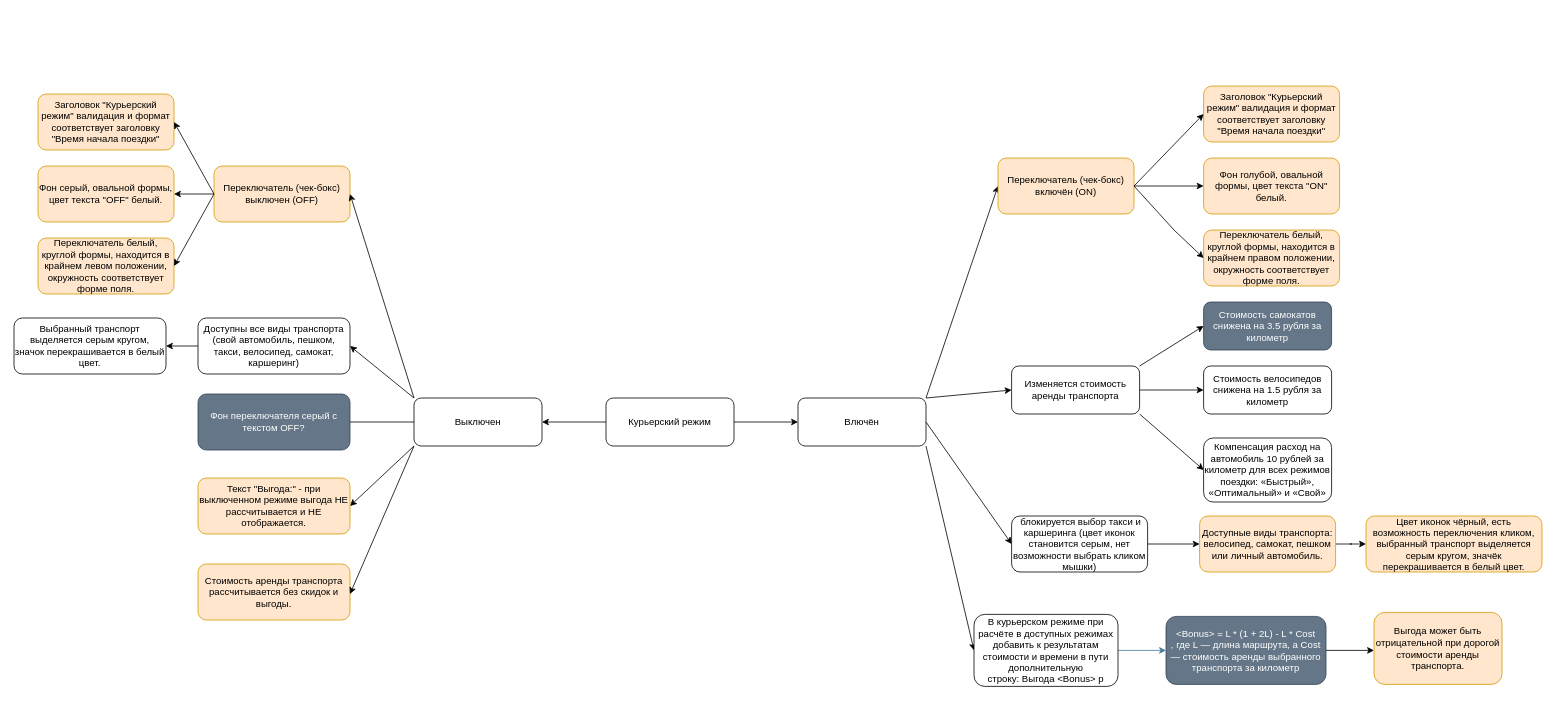
Earlier version of the draw.io diagram mindmap по фиче и серые зоны - Самсонов Александр, 19-я когорта — 2-й спринт. Инженер по тестированию плюс.drawio (ManMaxMotivation/2-Sprint-QA-Engineer). Source tidied: cells renumbered, new cells numbered last; positions are measured from the earlier drawing's top-left corner, leaving out a move shared by most shapes. Both pictures are drawn from the tidied source at 80%, with x=0, y=0 at pixel (14, 86).
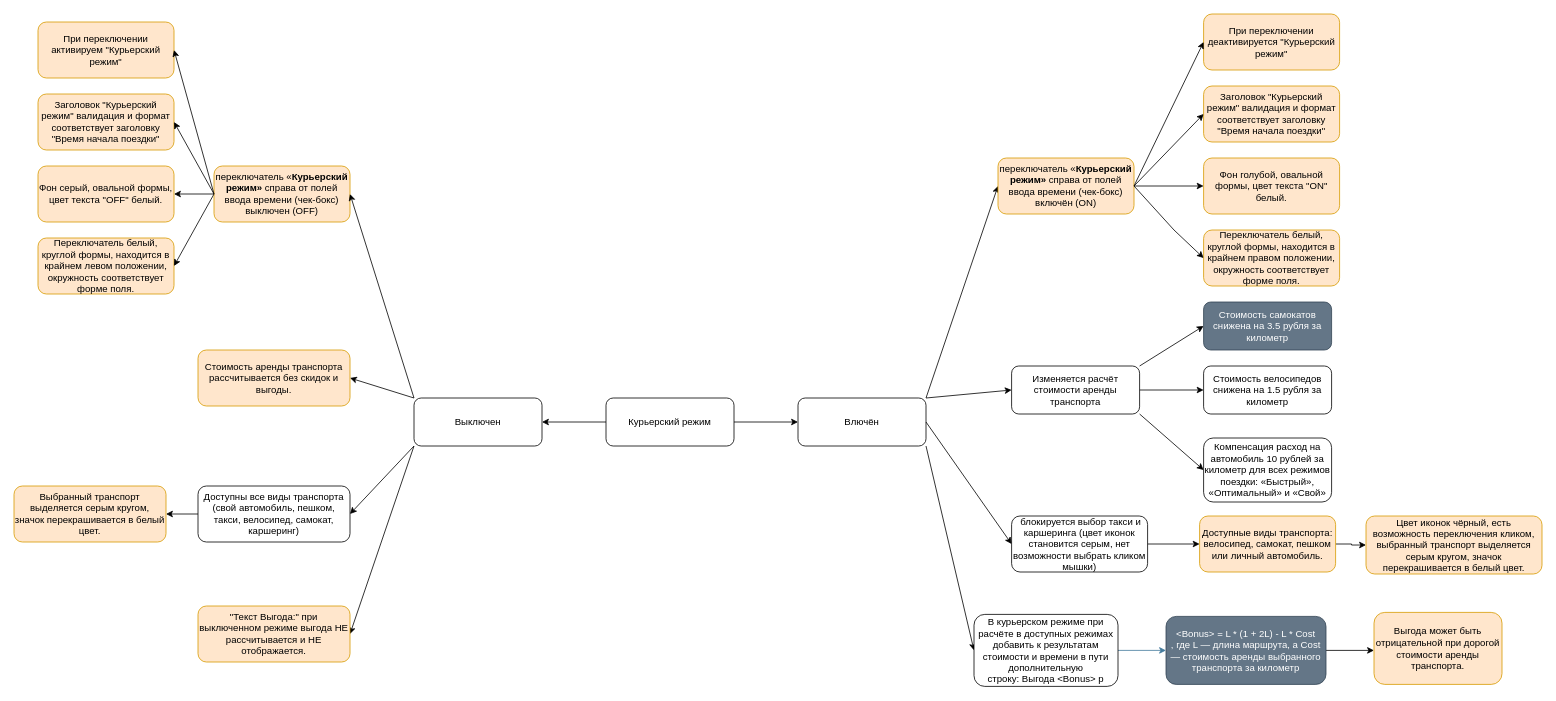
The same diagram, later.

The change refers to these unchanged cells:
```xml
<mxCell id="8" value="Выключен" style="rounded=1;whiteSpace=wrap;html=1;" parent="1" vertex="1">
  <mxGeometry x="500" y="390" width="160" height="60" as="geometry" />
</mxCell>
```

Change to the diagram source:
```diff
@@
-    <mxCell id="5" style="edgeStyle=none;rounded=0;jettySize=auto;html=1;exitX=0;exitY=0.5;exitDx=0;exitDy=0;" parent="1" edge="1" source="8">
-      <mxGeometry relative="1" as="geometry">
-        <mxPoint x="380" y="420" as="targetPoint" />
-      </mxGeometry>
-    </mxCell>
-    <mxCell id="6" style="edgeStyle=none;rounded=0;jettySize=auto;html=1;exitX=0;exitY=0;exitDx=0;exitDy=0;entryX=1;entryY=0.5;entryDx=0;entryDy=0;" parent="1" edge="1" source="8" target="26">
+    <mxCell id="6" style="edgeStyle=none;rounded=0;jettySize=auto;html=1;exitX=0;exitY=1;exitDx=0;exitDy=0;entryX=1;entryY=0.5;entryDx=0;entryDy=0;" parent="1" edge="1" source="8" target="26">
       <mxGeometry relative="1" as="geometry" />
     </mxCell>
@@
-    <mxCell id="16" value="Изменяется стоимость аренды транспорта" style="rounded=1;whiteSpace=wrap;html=1;" parent="1" vertex="1">
+    <mxCell id="16" value="Изменяется расчёт стоимости аренды транспорта" style="rounded=1;whiteSpace=wrap;html=1;" parent="1" vertex="1">
       <mxGeometry x="1247" y="350" width="160" height="60" as="geometry" />
     </mxCell>
-    <mxCell id="17" value="Переключатель (чек-бокс) включён (ON)" style="rounded=1;whiteSpace=wrap;html=1;fillColor=#ffe6cc;strokeColor=#d79b00;" parent="1" vertex="1">
+    <mxCell id="17" value="переключатель&amp;nbsp;«&lt;span class=&quot;notion-enable-hover&quot; style=&quot;font-weight:600&quot;&gt;Курьерский режим&lt;/span&gt;&lt;span class=&quot;notion-enable-hover&quot; style=&quot;font-weight:600&quot;&gt;»&lt;/span&gt;&amp;nbsp;справа от полей ввода времени&amp;nbsp;(чек-бокс) включён (ON)" style="rounded=1;whiteSpace=wrap;html=1;fillColor=#ffe6cc;strokeColor=#d79b00;" parent="1" vertex="1">
       <mxGeometry x="1230" y="90" width="170" height="70" as="geometry" />
     </mxCell>
@@
     <mxCell id="26" value="Доступны все виды транспорта (свой автомобиль, пешком, такси, велосипед, самокат, каршеринг)" style="rounded=1;whiteSpace=wrap;html=1;" parent="1" vertex="1">
-      <mxGeometry x="230" y="290" width="190" height="70" as="geometry" />
+      <mxGeometry x="230" y="500" width="190" height="70" as="geometry" />
     </mxCell>
-    <mxCell id="27" value="Фон переключателя серый с текстом OFF?" style="rounded=1;whiteSpace=wrap;html=1;fillColor=#647687;fontColor=#ffffff;strokeColor=#314354;" parent="1" vertex="1">
-      <mxGeometry x="230" y="385" width="190" height="70" as="geometry" />
-    </mxCell>
-    <mxCell id="28" value="Текст &quot;Выгода:&quot; - при выключенном режиме выгода НЕ рассчитывается и НЕ отображается." style="rounded=1;whiteSpace=wrap;html=1;fillColor=#ffe6cc;strokeColor=#d79b00;" parent="1" vertex="1">
-      <mxGeometry x="230" y="490" width="190" height="70" as="geometry" />
+    <mxCell id="28" value="&quot;Текст Выгода:&quot; при выключенном режиме выгода НЕ рассчитывается и НЕ отображается." style="rounded=1;whiteSpace=wrap;html=1;fillColor=#ffe6cc;strokeColor=#d79b00;" parent="1" vertex="1">
+      <mxGeometry x="230" y="650" width="190" height="70" as="geometry" />
     </mxCell>
@@
     <mxCell id="30" value="Стоимость аренды транспорта рассчитывается без скидок и выгоды." style="rounded=1;whiteSpace=wrap;html=1;fillColor=#ffe6cc;strokeColor=#d79b00;" parent="1" vertex="1">
-      <mxGeometry x="230" y="597.5" width="190" height="70" as="geometry" />
+      <mxGeometry x="230" y="330" width="190" height="70" as="geometry" />
     </mxCell>
-    <mxCell id="31" style="edgeStyle=none;rounded=0;orthogonalLoop=1;jettySize=auto;html=1;entryX=1;entryY=0.5;entryDx=0;entryDy=0;" parent="1" edge="1">
-      <mxGeometry relative="1" as="geometry">
-        <mxPoint x="500" y="450" as="sourcePoint" />
-        <mxPoint x="420" y="635" as="targetPoint" />
-      </mxGeometry>
+    <mxCell id="31" style="edgeStyle=none;rounded=0;jettySize=auto;html=1;entryX=1;entryY=0.5;entryDx=0;entryDy=0;exitX=0;exitY=0;exitDx=0;exitDy=0;" parent="1" edge="1" source="8" target="30">
+      <mxGeometry relative="1" as="geometry" />
     </mxCell>
@@
-    <mxCell id="43" value="Цвет иконок чёрный, есть возможность переключения кликом, выбранный транспорт выделяется серым кругом, значёк перекрашивается в белый цвет." style="rounded=1;whiteSpace=wrap;html=1;fillColor=#ffe6cc;strokeColor=#d79b00;" parent="1" vertex="1">
-      <mxGeometry x="1690" y="537.5" width="220" height="70" as="geometry" />
+    <mxCell id="43" value="Цвет иконок чёрный, есть возможность переключения кликом, выбранный транспорт выделяется серым кругом, значок перекрашивается в белый цвет." style="rounded=1;whiteSpace=wrap;html=1;fillColor=#ffe6cc;strokeColor=#d79b00;" parent="1" vertex="1">
+      <mxGeometry x="1690" y="537.5" width="220" height="72.5" as="geometry" />
     </mxCell>
-    <mxCell id="44" value="Выбранный транспорт выделяется серым кругом, значок перекрашивается в белый цвет." style="rounded=1;whiteSpace=wrap;html=1;" parent="1" vertex="1">
-      <mxGeometry y="290" width="190" height="70" as="geometry" />
+    <mxCell id="44" value="Выбранный транспорт выделяется серым кругом, значок перекрашивается в белый цвет." style="rounded=1;whiteSpace=wrap;html=1;fillColor=#ffe6cc;strokeColor=#d79b00;" parent="1" vertex="1">
+      <mxGeometry y="500" width="190" height="70" as="geometry" />
     </mxCell>
-    <mxCell id="45" value="Переключатель (чек-бокс) выключен (OFF)" style="rounded=1;whiteSpace=wrap;html=1;fillColor=#ffe6cc;strokeColor=#d79b00;" parent="1" vertex="1">
+    <mxCell id="45" value="переключатель&amp;nbsp;«&lt;span class=&quot;notion-enable-hover&quot; style=&quot;font-weight:600&quot;&gt;Курьерский режим&lt;/span&gt;&lt;span class=&quot;notion-enable-hover&quot; style=&quot;font-weight:600&quot;&gt;»&lt;/span&gt;&amp;nbsp;справа от полей ввода времени&amp;nbsp;(чек-бокс) выключен (OFF)" style="rounded=1;whiteSpace=wrap;html=1;fillColor=#ffe6cc;strokeColor=#d79b00;" parent="1" vertex="1">
       <mxGeometry x="250" y="100" width="170" height="70" as="geometry" />
     </mxCell>
@@
+    <mxCell id="53" value="При переключении деактивируется &quot;Курьерский режим&quot;" style="rounded=1;whiteSpace=wrap;html=1;fillColor=#ffe6cc;strokeColor=#d79b00;" parent="1" vertex="1">
+      <mxGeometry x="1487" y="-90" width="170" height="70" as="geometry" />
+    </mxCell>
+    <mxCell id="54" value="При переключении активируем &quot;Курьерский режим&quot;" style="rounded=1;whiteSpace=wrap;html=1;fillColor=#ffe6cc;strokeColor=#d79b00;" parent="1" vertex="1">
+      <mxGeometry x="30" y="-80" width="170" height="70" as="geometry" />
+    </mxCell>
+    <mxCell id="55" style="edgeStyle=none;rounded=0;jettySize=auto;html=1;exitX=0;exitY=0.5;exitDx=0;exitDy=0;entryX=1;entryY=0.5;entryDx=0;entryDy=0;" parent="1" edge="1" source="45" target="54">
+      <mxGeometry relative="1" as="geometry" />
+    </mxCell>
+    <mxCell id="56" style="edgeStyle=none;rounded=0;jettySize=auto;html=1;exitX=1;exitY=0.5;exitDx=0;exitDy=0;entryX=0;entryY=0.5;entryDx=0;entryDy=0;" parent="1" edge="1" source="17" target="53">
+      <mxGeometry relative="1" as="geometry" />
+    </mxCell>
```
